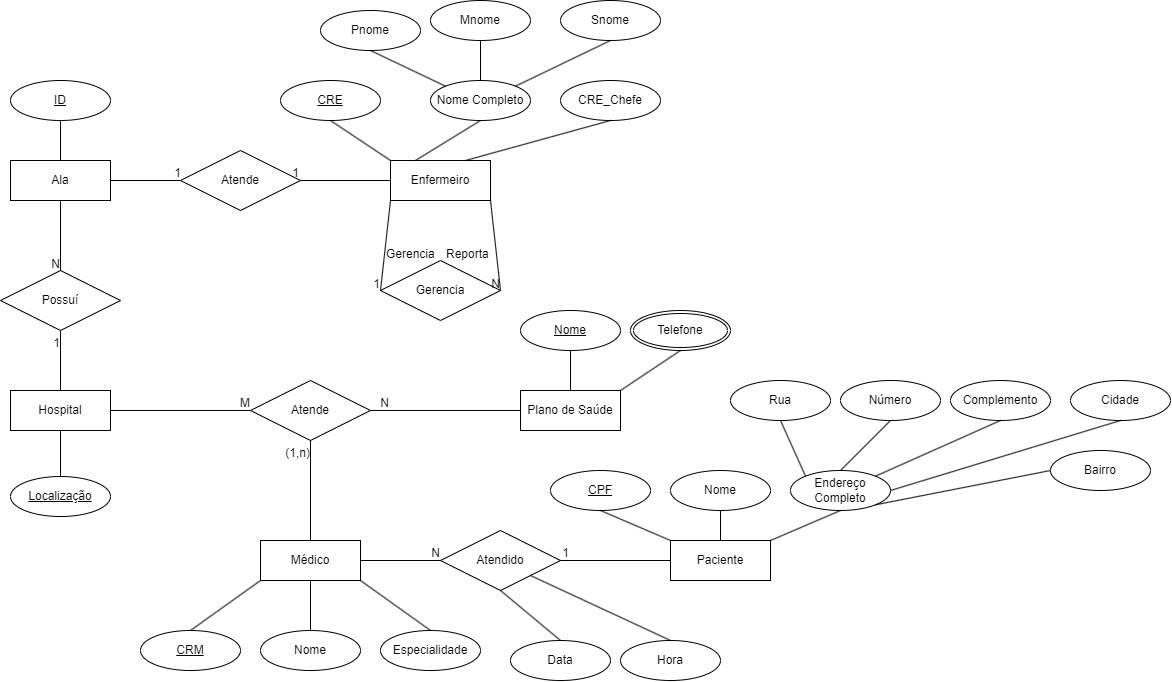
This is Exerc1.drawio.png from VitorFonseca123/ExerciciosACH2004_BD, a draw.io export, as it was before one commit. Source tidied: cells renumbered, new cells last; positions are measured from the earlier drawing's top-left corner, leaving out a move shared by most shapes.
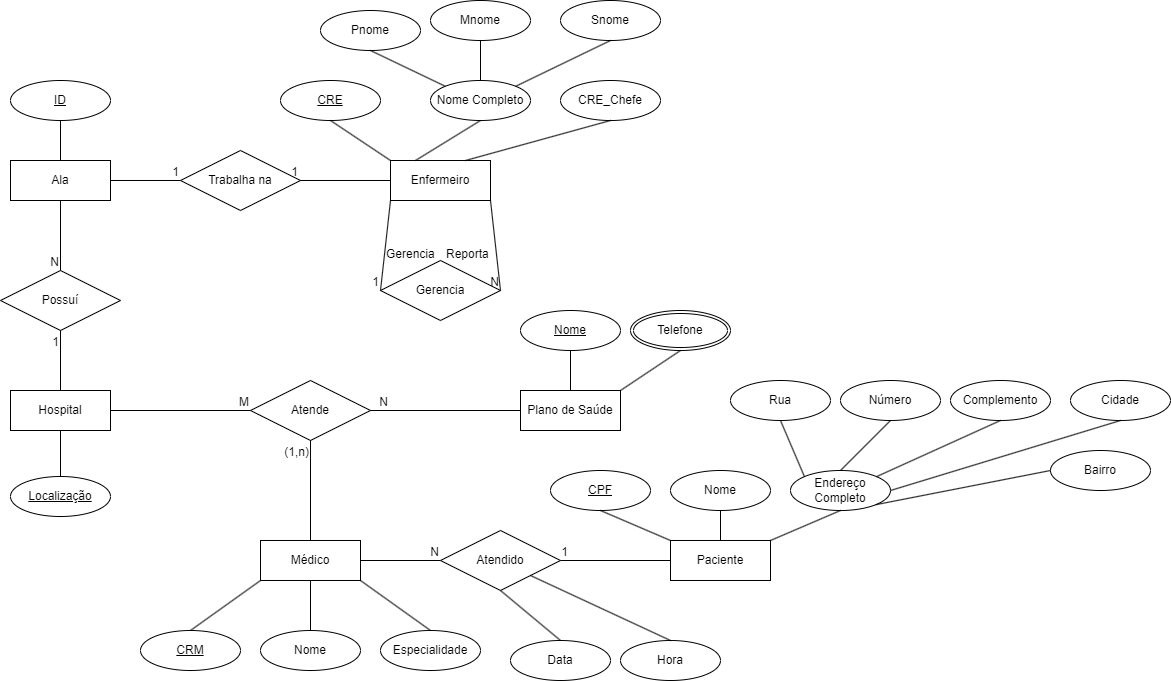
The same file after the commit.

What changed in the source:
```diff
@@ -81,7 +81,7 @@
     <mxCell id="26" value="1" style="html=1;whiteSpace=wrap;align=right;verticalAlign=bottom;" parent="25" vertex="1">
       <mxGeometry x="1" relative="1" as="geometry" />
     </mxCell>
-    <mxCell id="27" value="Atende" style="shape=rhombus;perimeter=rhombusPerimeter;whiteSpace=wrap;html=1;align=center;" parent="1" vertex="1">
+    <mxCell id="27" value="Trabalha na" style="shape=rhombus;perimeter=rhombusPerimeter;whiteSpace=wrap;html=1;align=center;" parent="1" vertex="1">
       <mxGeometry x="180" y="150" width="120" height="60" as="geometry" />
     </mxCell>
     <mxCell id="28" style="endArrow=none;html=1;rounded=0;exitX=0;exitY=0.5;exitDx=0;exitDy=0;entryX=1;entryY=0.5;entryDx=0;entryDy=0;" parent="1" edge="1" source="2" target="27">
```
